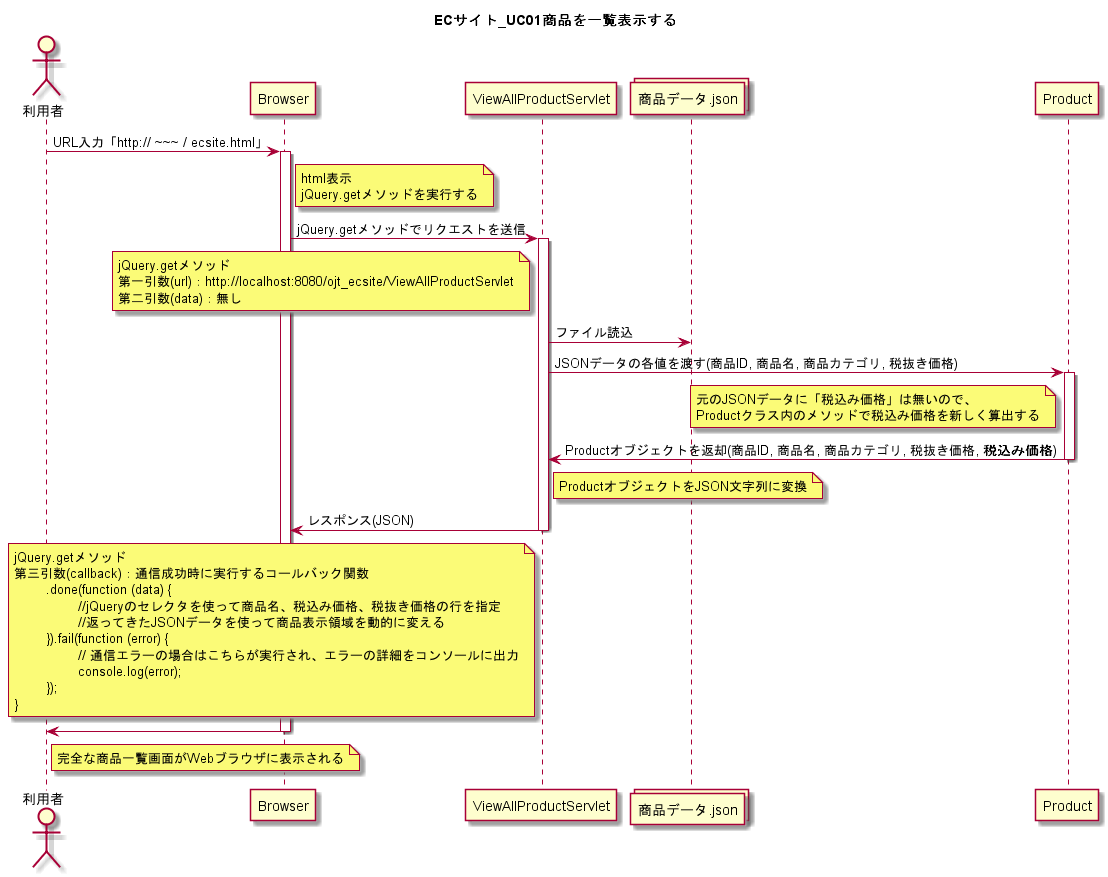
This is UML/ECサイト_UC01商品を一覧表示する.png from wnakayama/ojt_ecsite, a PlantUML export, as it was before one commit.
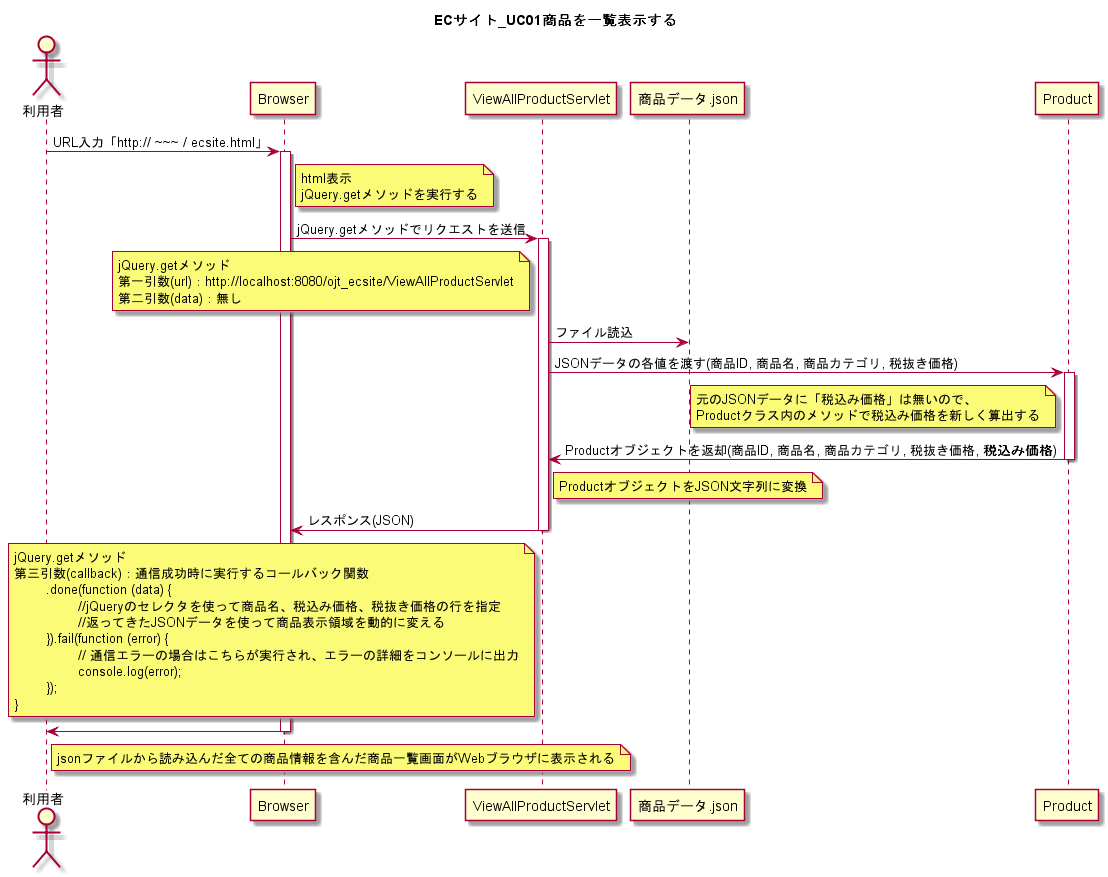
The same file after the commit.

Commit message:
商品データ.jsonのアイコンを変更, noteを一部修正

Diff of the diagram source:
```diff
@@ -19,7 +19,7 @@
 第二引数(data)：無し
 end note
 
-collections 商品データ.json
+
 ViewAllProductServlet -> 商品データ.json : ファイル読込
 ViewAllProductServlet -> Product : JSONデータの各値を渡す(商品ID, 商品名, 商品カテゴリ, 税抜き価格)
 activate Product
@@ -55,7 +55,7 @@
 
 利用者 <- Browser
 note right of 利用者
-完全な商品一覧画面がWebブラウザに表示される
+jsonファイルから読み込んだ全ての商品情報を含んだ商品一覧画面がWebブラウザに表示される
 end note
 
 deactivate Browser
```
